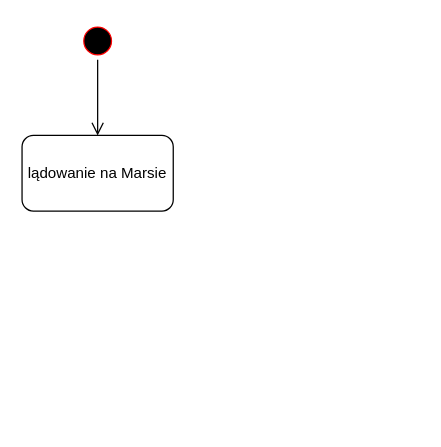
Above: Diagram stanów.drawio in Dziecky/UML (draw.io), before the change. Source tidied: cells renumbered, new cells numbered last; positions are measured from the earlier drawing's top-left corner, leaving out a move shared by most shapes. Both pictures are drawn from the tidied source at 126%, with x=0, y=0 at pixel (21, 21).
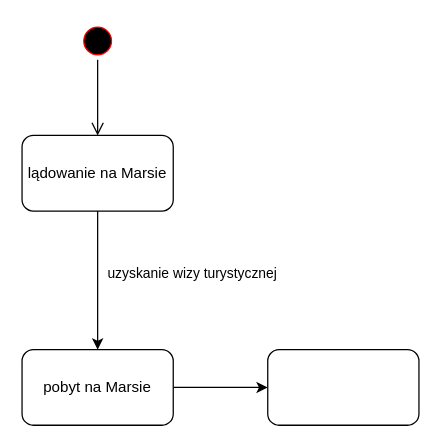
The same page after the edit.

Diff of the diagram source:
```diff
@@
 <mxGraphModel>
   <root>
     <mxCell id="0" />
     <mxCell id="1" parent="0" />
     <mxCell id="2" style="ellipse;html=1;shape=startState;fillColor=#000000;strokeColor=#ff0000;" parent="1" vertex="1">
       <mxGeometry x="45" width="30" height="30" as="geometry" />
     </mxCell>
     <mxCell id="3" style="edgeStyle=orthogonalEdgeStyle;html=1;verticalAlign=bottom;endArrow=open;endSize=8;strokeColor=#000000;rounded=0;" parent="1" edge="1" source="2" target="4">
       <mxGeometry relative="1" as="geometry" />
     </mxCell>
+    <mxCell id="5" value="uzyskanie wizy turystycznej" style="edgeStyle=orthogonalEdgeStyle;rounded=0;jettySize=auto;html=1;" parent="1" edge="1" source="4" target="7">
+      <mxGeometry x="-0.09" y="75" relative="1" as="geometry" />
+    </mxCell>
     <mxCell id="4" value="lądowanie na Marsie" style="rounded=1;whiteSpace=wrap;html=1;" parent="1" vertex="1">
       <mxGeometry y="90" width="120" height="60" as="geometry" />
     </mxCell>
+    <mxCell id="6" style="edgeStyle=orthogonalEdgeStyle;rounded=0;jettySize=auto;html=1;" parent="1" edge="1" source="7" target="8">
+      <mxGeometry relative="1" as="geometry" />
+    </mxCell>
+    <mxCell id="7" value="pobyt na Marsie" style="rounded=1;whiteSpace=wrap;html=1;" parent="1" vertex="1">
+      <mxGeometry y="260" width="120" height="60" as="geometry" />
+    </mxCell>
+    <mxCell id="8" style="rounded=1;whiteSpace=wrap;html=1;" parent="1" vertex="1">
+      <mxGeometry x="195" y="260" width="120" height="60" as="geometry" />
+    </mxCell>
   </root>
 </mxGraphModel>
```
